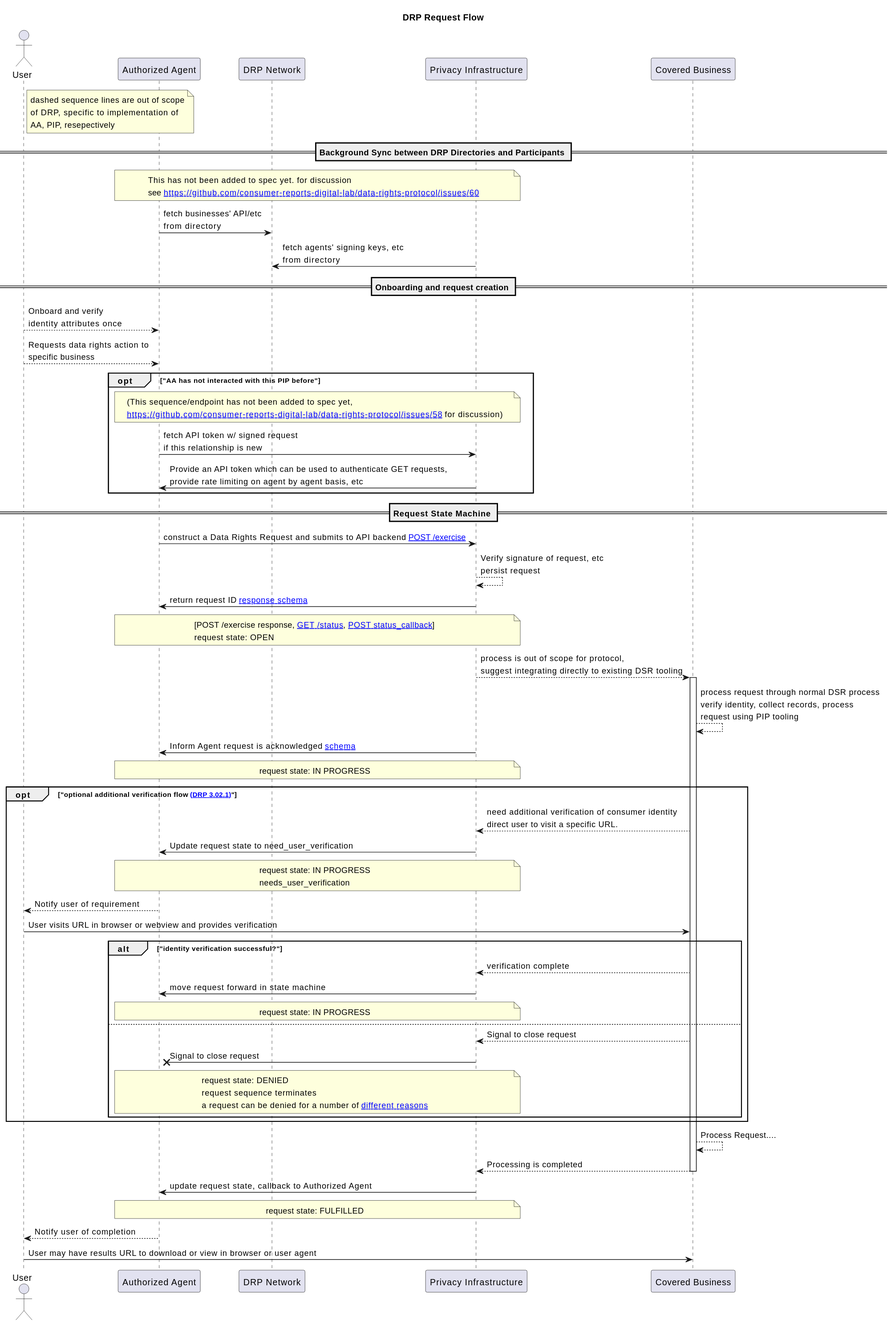
The PlantUML diagram files/drp-1.0-sequence-diagram.svg in consumer-reports-innovation-lab/data-rights-protocol, before a commit. Its diagram source:
```plantuml
@startuml
title DRP Request Flow

Actor User
participant "Authorized Agent"
participant "DRP Network"
participant "Privacy Infrastructure"
participant "Covered Business"

note right of User
        dashed sequence lines are out of scope
        of DRP, specific to implementation of
        AA, PIP, resepectively
end note


== Background Sync between DRP Directories and Participants ==
note over "Privacy Infrastructure", "Authorized Agent"
        This has not been added to spec yet. for discussion
        see [[https://github.com/consumer-reports-digital-lab/data-rights-protocol/issues/60]]
end note
"Authorized Agent" -> "DRP Network": fetch businesses' API/etc\nfrom directory
"Privacy Infrastructure" -> "DRP Network": fetch agents' signing keys, etc\nfrom directory

== Onboarding and request creation ==

User --> "Authorized Agent": Onboard and verify\nidentity attributes once
User --> "Authorized Agent": Requests data rights action to\nspecific business

opt "AA has not interacted with this PIP before"
        note over "Privacy Infrastructure", "Authorized Agent"
                (This sequence/endpoint has not been added to spec yet,
                [[https://github.com/consumer-reports-digital-lab/data-rights-protocol/issues/58]] for discussion)
        end note
        "Authorized Agent" -> "Privacy Infrastructure": fetch API token w/ signed request\nif this relationship is new
        "Privacy Infrastructure" -> "Authorized Agent": Provide an API token which can be used to authenticate GET requests,\nprovide rate limiting on agent by agent basis, etc
end

== Request State Machine ==

"Authorized Agent" -> "Privacy Infrastructure": construct a Data Rights Request and submits to API backend [[https://github.com/consumer-reports-digital-lab/data-rights-protocol/blob/0863d03717082599e19930ea6f009c048b86e979/data-rights-protocol.md#202-post-exercisekidaa-id-data-rights-exercise-endpoint POST /exercise]]

"Privacy Infrastructure" --> "Privacy Infrastructure": Verify signature of request, etc\npersist request
"Privacy Infrastructure" -> "Authorized Agent": return request ID [[https://github.com/consumer-reports-digital-lab/data-rights-protocol/blob/0863d03717082599e19930ea6f009c048b86e979/data-rights-protocol.md#user-content-303-schema-status-of-a-data-subject-exercise-request response schema]]
note over "Privacy Infrastructure", "Authorized Agent"
        [POST /exercise response, [[https://github.com/consumer-reports-digital-lab/data-rights-protocol/blob/0863d03717082599e19930ea6f009c048b86e979/data-rights-protocol.md#203-get-status-data-rights-status-endpoint GET /status]], [[https://github.com/consumer-reports-digital-lab/data-rights-protocol/blob/0863d03717082599e19930ea6f009c048b86e979/data-rights-protocol.md#user-content-204-post-status_callback-data-rights-status-callback-endpoint POST status_callback]]]
        request state: OPEN
end note

"Privacy Infrastructure" --> "Covered Business": process is out of scope for protocol,\nsuggest integrating directly to existing DSR tooling
activate "Covered Business"
        "Covered Business" --> "Covered Business": process request through normal DSR process\nverify identity, collect records, process\nrequest using PIP tooling
        "Privacy Infrastructure" -> "Authorized Agent": Inform Agent request is acknowledged [[https://github.com/consumer-reports-digital-lab/data-rights-protocol/blob/0863d03717082599e19930ea6f009c048b86e979/data-rights-protocol.md#user-content-303-schema-status-of-a-data-subject-exercise-request schema]]
        note over "Privacy Infrastructure", "Authorized Agent"
                request state: IN PROGRESS
        end note

        opt "optional additional verification flow [[https://github.com/consumer-reports-digital-lab/data-rights-protocol/blob/0863d03717082599e19930ea6f009c048b86e979/data-rights-protocol.md#3021-need_user_verification-state-flow-semantics (DRP 3.02.1)]]"
                "Covered Business" --> "Privacy Infrastructure": need additional verification of consumer identity\ndirect user to visit a specific URL.
                "Privacy Infrastructure" -> "Authorized Agent": Update request state to need_user_verification
                note over "Privacy Infrastructure", "Authorized Agent"
                        request state: IN PROGRESS
                        needs_user_verification
                end note

                "Authorized Agent" --> User: Notify user of requirement
                User -> "Covered Business": User visits URL in browser or webview and provides verification
                alt "identity verification successful?"
                        "Covered Business" --> "Privacy Infrastructure": verification complete
                        "Privacy Infrastructure" -> "Authorized Agent": move request forward in state machine
                        note over "Privacy Infrastructure", "Authorized Agent"
                                request state: IN PROGRESS
                        end note
                else
                        "Covered Business" --> "Privacy Infrastructure": Signal to close request
                        "Privacy Infrastructure" ->x "Authorized Agent": Signal to close request
                        note over "Privacy Infrastructure", "Authorized Agent"
                                request state: DENIED
                                request sequence terminates
                                a request can be denied for a number of [[https://github.com/consumer-reports-digital-lab/data-rights-protocol/blob/0863d03717082599e19930ea6f009c048b86e979/data-rights-protocol.md#302-request-statuses different reasons]]
                        end note
                end
        end

        "Covered Business" --> "Covered Business": Process Request....
        "Covered Business" --> "Privacy Infrastructure": Processing is completed
deactivate "Covered Business"
"Privacy Infrastructure" -> "Authorized Agent": update request state, callback to Authorized Agent
note over "Privacy Infrastructure", "Authorized Agent"
        request state: FULFILLED
end note

"Authorized Agent" --> User: Notify user of completion
User -> "Covered Business": User may have results URL to download or view in browser or user agent
@enduml
```
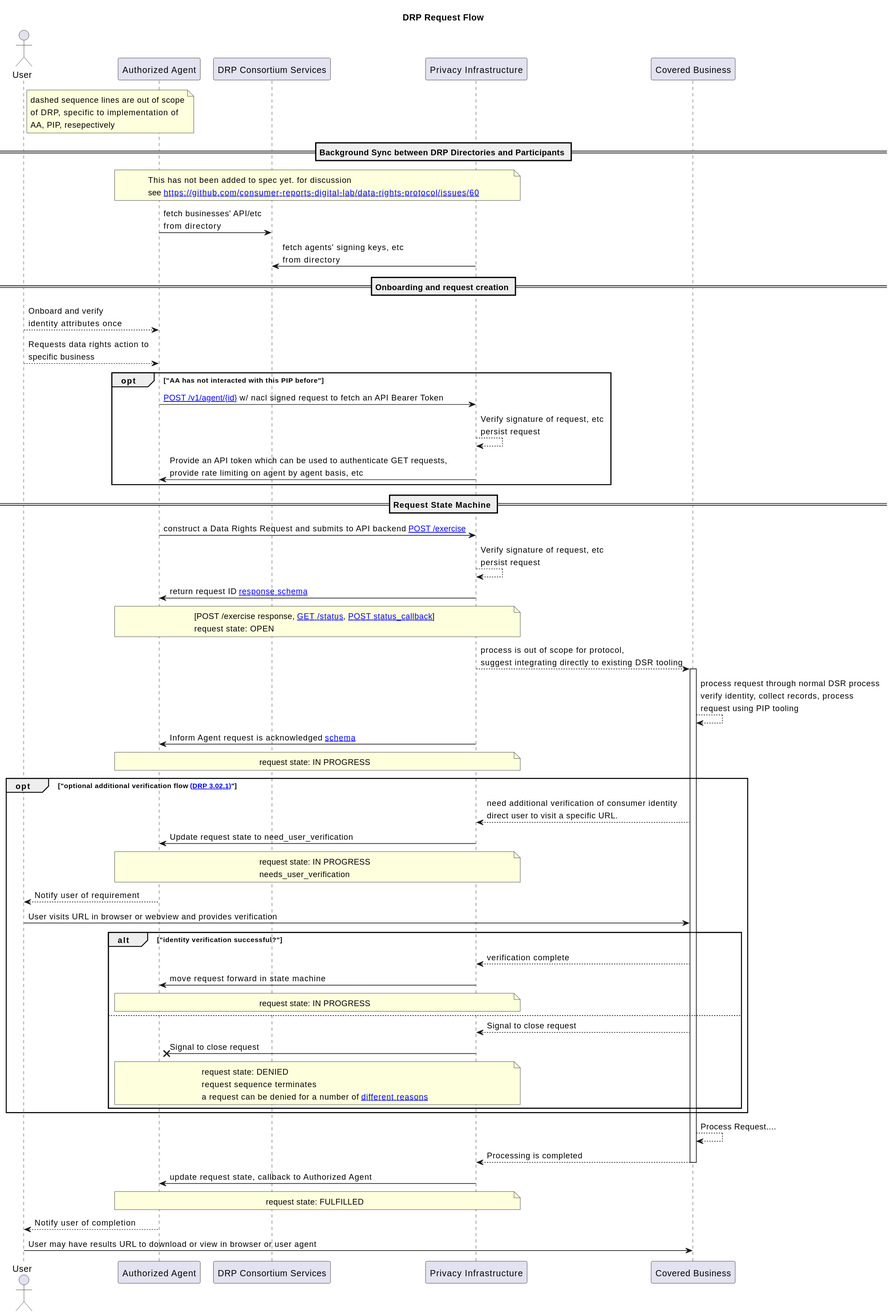
Above is the later version.

Commit message:
update sequence diagram to link to pairwise key setup endpoint

Diff of the diagram source:
```diff
@@ -3,7 +3,7 @@
 
 Actor User
 participant "Authorized Agent"
-participant "DRP Network"
+participant "DRP Consortium Services"
 participant "Privacy Infrastructure"
 participant "Covered Business"
 
@@ -19,8 +19,8 @@
         This has not been added to spec yet. for discussion
         see [[https://github.com/consumer-reports-digital-lab/data-rights-protocol/issues/60]]
 end note
-"Authorized Agent" -> "DRP Network": fetch businesses' API/etc\nfrom directory
-"Privacy Infrastructure" -> "DRP Network": fetch agents' signing keys, etc\nfrom directory
+"Authorized Agent" -> "DRP Consortium Services": fetch businesses' API/etc\nfrom directory
+"Privacy Infrastructure" -> "DRP Consortium Services": fetch agents' signing keys, etc\nfrom directory
 
 == Onboarding and request creation ==
 
@@ -28,11 +28,8 @@
 User --> "Authorized Agent": Requests data rights action to\nspecific business
 
 opt "AA has not interacted with this PIP before"
-        note over "Privacy Infrastructure", "Authorized Agent"
-                (This sequence/endpoint has not been added to spec yet,
-                [[https://github.com/consumer-reports-digital-lab/data-rights-protocol/issues/58]] for discussion)
-        end note
-        "Authorized Agent" -> "Privacy Infrastructure": fetch API token w/ signed request\nif this relationship is new
+        "Authorized Agent" -> "Privacy Infrastructure": [[https://github.com/consumer-reports-digital-lab/data-rights-protocol/blob/main/data-rights-protocol.md#206-post-v1agentagent-id-pair-wise-key-setup-endpoint POST /v1/agent/{id}]] w/ nacl signed request to fetch an API Bearer Token
+        "Privacy Infrastructure" --> "Privacy Infrastructure": Verify signature of request, etc\npersist request
         "Privacy Infrastructure" -> "Authorized Agent": Provide an API token which can be used to authenticate GET requests,\nprovide rate limiting on agent by agent basis, etc
 end
 
```
